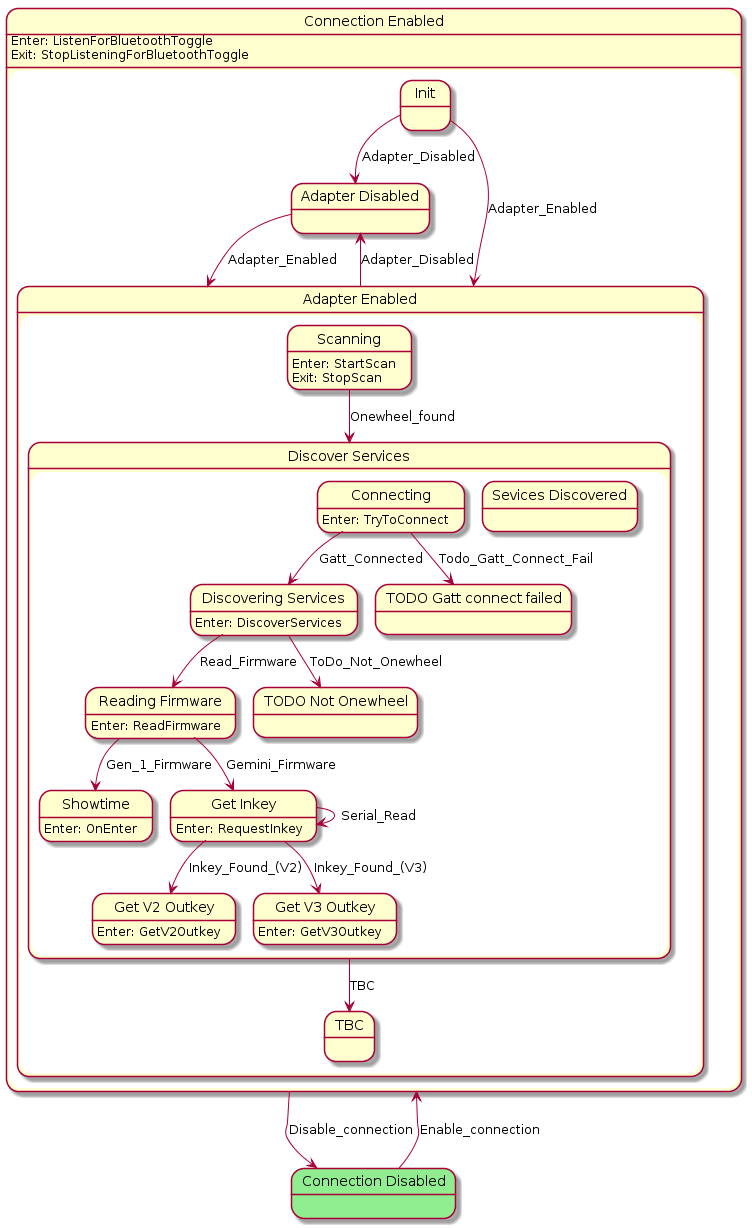
This is doc/ponewheel-state.png from tekkies/android-ponewheel, a PlantUML export, as it was before one commit.
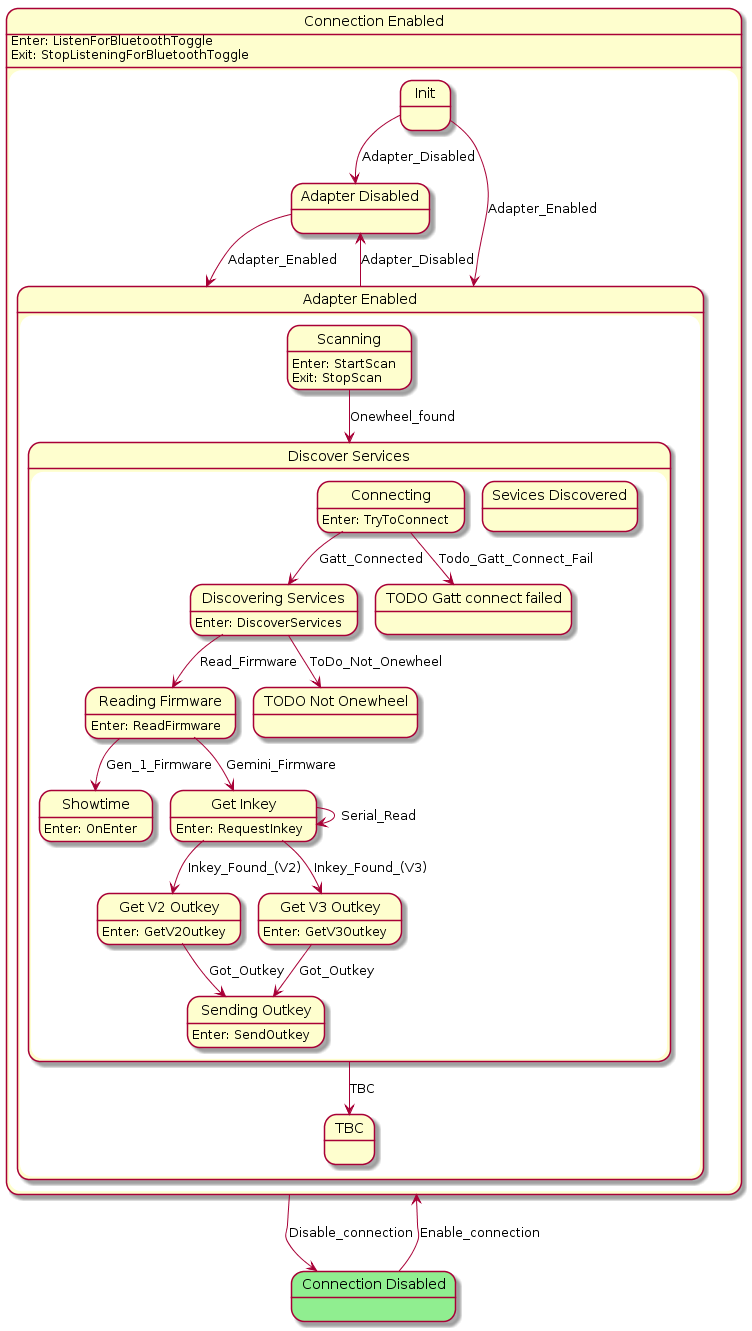
Later version of the same file.

What changed in the source:
```diff
@@ -23,6 +23,9 @@
             }
             state "Get V3 Outkey" as Get_V3_Outkey  {
 Get_V3_Outkey : Enter: GetV3Outkey
+            }
+            state "Sending Outkey" as Sending_Outkey  {
+Sending_Outkey : Enter: SendOutkey
             }
             state "TODO Gatt connect failed" as TODO_Gatt_connect_failed  {
             }
@@ -52,6 +55,8 @@
 Get_Inkey --> Get_Inkey : Serial_Read
 Get_Inkey --> Get_V2_Outkey : Inkey_Found_(V2)
 Get_Inkey --> Get_V3_Outkey : Inkey_Found_(V3)
+Get_V2_Outkey --> Sending_Outkey : Got_Outkey
+Get_V3_Outkey --> Sending_Outkey : Got_Outkey
 Connecting --> Discovering_Services : Gatt_Connected
 Connecting --> TODO_Gatt_connect_failed : Todo_Gatt_Connect_Fail
 Discover_Services --> TBC : TBC
```
